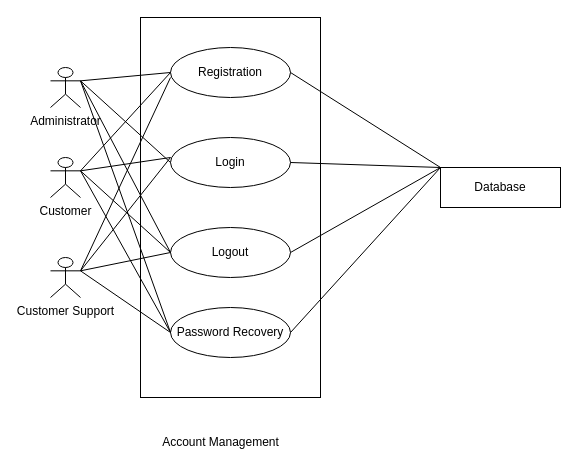
Before: Software-Requirement-Specification/Use-Case-Diagrams/Level-1.1.drawio in fiercePanda007/SPL2-EcommerceWebApp, a draw.io diagram. Source tidied: cells renumbered, new cells numbered last; positions are measured from the earlier drawing's top-left corner, leaving out a move shared by most shapes. Both pictures are drawn from the tidied source at 100%, with x=0, y=0 at pixel (50, 17).
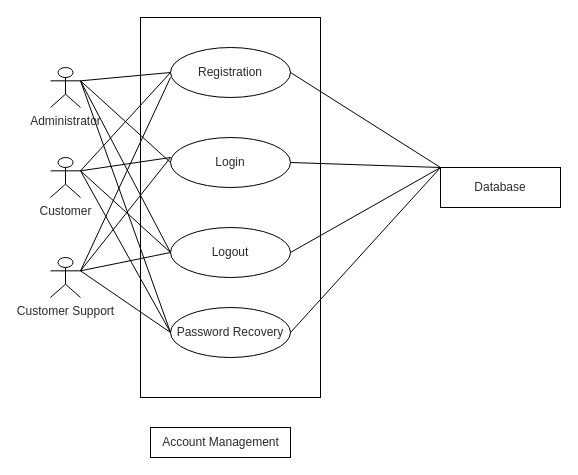
The same page after the edit.

Diff of the diagram source:
```diff
@@
-<mxGraphModel>
+<mxGraphModel background="#ffffff">
@@
-    <mxCell id="2" style="rounded=0;whiteSpace=wrap;html=1;" parent="1" vertex="1">
+    <mxCell id="2" style="rounded=0;whiteSpace=wrap;html=1;fillColor=none;strokeColor=#000000;fontColor=#2c2a2a;" parent="1" vertex="1">
       <mxGeometry x="90" width="180" height="380" as="geometry" />
     </mxCell>
-    <mxCell id="3" value="Registration" style="ellipse;whiteSpace=wrap;html=1;" parent="1" vertex="1">
+    <mxCell id="3" value="Registration" style="ellipse;whiteSpace=wrap;html=1;fillColor=none;strokeColor=#000000;fontColor=#2c2a2a;" parent="1" vertex="1">
       <mxGeometry x="120" y="30" width="120" height="50" as="geometry" />
     </mxCell>
-    <mxCell id="4" value="Login" style="ellipse;whiteSpace=wrap;html=1;" parent="1" vertex="1">
+    <mxCell id="4" value="Login" style="ellipse;whiteSpace=wrap;html=1;fillColor=none;strokeColor=#000000;fontColor=#2c2a2a;" parent="1" vertex="1">
       <mxGeometry x="120" y="120" width="120" height="50" as="geometry" />
     </mxCell>
-    <mxCell id="5" value="Logout" style="ellipse;whiteSpace=wrap;html=1;" parent="1" vertex="1">
+    <mxCell id="5" value="Logout" style="ellipse;whiteSpace=wrap;html=1;fillColor=none;strokeColor=#000000;fontColor=#2c2a2a;" parent="1" vertex="1">
       <mxGeometry x="120" y="210" width="120" height="50" as="geometry" />
     </mxCell>
-    <mxCell id="6" value="Password Recovery" style="ellipse;whiteSpace=wrap;html=1;" parent="1" vertex="1">
+    <mxCell id="6" value="Password Recovery" style="ellipse;whiteSpace=wrap;html=1;fillColor=none;strokeColor=#000000;fontColor=#2c2a2a;" parent="1" vertex="1">
       <mxGeometry x="120" y="290" width="120" height="50" as="geometry" />
     </mxCell>
-    <mxCell id="7" style="edgeStyle=none;html=1;exitX=1;exitY=0.3333333333333333;exitDx=0;exitDy=0;exitPerimeter=0;entryX=0;entryY=0.5;entryDx=0;entryDy=0;endArrow=none;endFill=0;" parent="1" edge="1" source="11" target="3">
+    <mxCell id="7" style="edgeStyle=none;html=1;exitX=1;exitY=0.3333333333333333;exitDx=0;exitDy=0;exitPerimeter=0;entryX=0;entryY=0.5;entryDx=0;entryDy=0;endArrow=none;endFill=0;fillColor=none;strokeColor=#000000;fontColor=#2c2a2a;" parent="1" edge="1" source="11" target="3">
       <mxGeometry relative="1" as="geometry" />
     </mxCell>
-    <mxCell id="8" style="edgeStyle=none;html=1;exitX=1;exitY=0.3333333333333333;exitDx=0;exitDy=0;exitPerimeter=0;entryX=0;entryY=0.5;entryDx=0;entryDy=0;endArrow=none;endFill=0;" parent="1" edge="1" source="11" target="4">
+    <mxCell id="8" style="edgeStyle=none;html=1;exitX=1;exitY=0.3333333333333333;exitDx=0;exitDy=0;exitPerimeter=0;entryX=0;entryY=0.5;entryDx=0;entryDy=0;endArrow=none;endFill=0;fillColor=none;strokeColor=#000000;fontColor=#2c2a2a;" parent="1" edge="1" source="11" target="4">
       <mxGeometry relative="1" as="geometry" />
     </mxCell>
-    <mxCell id="9" style="edgeStyle=none;html=1;exitX=1;exitY=0.3333333333333333;exitDx=0;exitDy=0;exitPerimeter=0;entryX=0;entryY=0.5;entryDx=0;entryDy=0;endArrow=none;endFill=0;" parent="1" edge="1" source="11" target="5">
+    <mxCell id="9" style="edgeStyle=none;html=1;exitX=1;exitY=0.3333333333333333;exitDx=0;exitDy=0;exitPerimeter=0;entryX=0;entryY=0.5;entryDx=0;entryDy=0;endArrow=none;endFill=0;fillColor=none;strokeColor=#000000;fontColor=#2c2a2a;" parent="1" edge="1" source="11" target="5">
       <mxGeometry relative="1" as="geometry" />
     </mxCell>
-    <mxCell id="10" style="edgeStyle=none;html=1;exitX=1;exitY=0.3333333333333333;exitDx=0;exitDy=0;exitPerimeter=0;entryX=0;entryY=0.5;entryDx=0;entryDy=0;endArrow=none;endFill=0;" parent="1" edge="1" source="11" target="6">
+    <mxCell id="10" style="edgeStyle=none;html=1;exitX=1;exitY=0.3333333333333333;exitDx=0;exitDy=0;exitPerimeter=0;entryX=0;entryY=0.5;entryDx=0;entryDy=0;endArrow=none;endFill=0;fillColor=none;strokeColor=#000000;fontColor=#2c2a2a;" parent="1" edge="1" source="11" target="6">
       <mxGeometry relative="1" as="geometry" />
     </mxCell>
-    <mxCell id="11" value="Administrator" style="shape=umlActor;verticalLabelPosition=bottom;verticalAlign=top;html=1;outlineConnect=0;" parent="1" vertex="1">
+    <mxCell id="11" value="Administrator" style="shape=umlActor;verticalLabelPosition=bottom;verticalAlign=top;html=1;outlineConnect=0;fillColor=none;strokeColor=#000000;fontColor=#2c2a2a;" parent="1" vertex="1">
       <mxGeometry y="50" width="30" height="40" as="geometry" />
     </mxCell>
-    <mxCell id="12" style="edgeStyle=none;html=1;exitX=1;exitY=0.3333333333333333;exitDx=0;exitDy=0;exitPerimeter=0;endArrow=none;endFill=0;" parent="1" edge="1" source="16">
+    <mxCell id="12" style="edgeStyle=none;html=1;exitX=1;exitY=0.3333333333333333;exitDx=0;exitDy=0;exitPerimeter=0;endArrow=none;endFill=0;fillColor=none;strokeColor=#000000;fontColor=#2c2a2a;" parent="1" edge="1" source="16">
       <mxGeometry relative="1" as="geometry">
         <mxPoint x="120" y="60" as="targetPoint" />
       </mxGeometry>
     </mxCell>
-    <mxCell id="13" style="edgeStyle=none;html=1;exitX=1;exitY=0.3333333333333333;exitDx=0;exitDy=0;exitPerimeter=0;endArrow=none;endFill=0;" parent="1" edge="1" source="16">
+    <mxCell id="13" style="edgeStyle=none;html=1;exitX=1;exitY=0.3333333333333333;exitDx=0;exitDy=0;exitPerimeter=0;endArrow=none;endFill=0;fillColor=none;strokeColor=#000000;fontColor=#2c2a2a;" parent="1" edge="1" source="16">
       <mxGeometry relative="1" as="geometry">
         <mxPoint x="120" y="140" as="targetPoint" />
       </mxGeometry>
     </mxCell>
-    <mxCell id="14" style="edgeStyle=none;html=1;exitX=1;exitY=0.3333333333333333;exitDx=0;exitDy=0;exitPerimeter=0;entryX=0;entryY=0.5;entryDx=0;entryDy=0;endArrow=none;endFill=0;" parent="1" edge="1" source="16" target="5">
+    <mxCell id="14" style="edgeStyle=none;html=1;exitX=1;exitY=0.3333333333333333;exitDx=0;exitDy=0;exitPerimeter=0;entryX=0;entryY=0.5;entryDx=0;entryDy=0;endArrow=none;endFill=0;fillColor=none;strokeColor=#000000;fontColor=#2c2a2a;" parent="1" edge="1" source="16" target="5">
       <mxGeometry relative="1" as="geometry" />
     </mxCell>
-    <mxCell id="15" style="edgeStyle=none;html=1;exitX=1;exitY=0.3333333333333333;exitDx=0;exitDy=0;exitPerimeter=0;entryX=0;entryY=0.5;entryDx=0;entryDy=0;endArrow=none;endFill=0;" parent="1" edge="1" source="16" target="6">
+    <mxCell id="15" style="edgeStyle=none;html=1;exitX=1;exitY=0.3333333333333333;exitDx=0;exitDy=0;exitPerimeter=0;entryX=0;entryY=0.5;entryDx=0;entryDy=0;endArrow=none;endFill=0;fillColor=none;strokeColor=#000000;fontColor=#2c2a2a;" parent="1" edge="1" source="16" target="6">
       <mxGeometry relative="1" as="geometry" />
     </mxCell>
-    <mxCell id="16" value="Customer Support" style="shape=umlActor;verticalLabelPosition=bottom;verticalAlign=top;html=1;outlineConnect=0;" parent="1" vertex="1">
+    <mxCell id="16" value="Customer Support" style="shape=umlActor;verticalLabelPosition=bottom;verticalAlign=top;html=1;outlineConnect=0;fillColor=none;strokeColor=#000000;fontColor=#2c2a2a;" parent="1" vertex="1">
       <mxGeometry y="240" width="30" height="40" as="geometry" />
     </mxCell>
-    <mxCell id="17" style="edgeStyle=none;html=1;exitX=1;exitY=0.3333333333333333;exitDx=0;exitDy=0;exitPerimeter=0;entryX=0;entryY=0.5;entryDx=0;entryDy=0;endArrow=none;endFill=0;" parent="1" edge="1" source="21" target="3">
+    <mxCell id="17" style="edgeStyle=none;html=1;exitX=1;exitY=0.3333333333333333;exitDx=0;exitDy=0;exitPerimeter=0;entryX=0;entryY=0.5;entryDx=0;entryDy=0;endArrow=none;endFill=0;fillColor=none;strokeColor=#000000;fontColor=#2c2a2a;" parent="1" edge="1" source="21" target="3">
       <mxGeometry relative="1" as="geometry" />
     </mxCell>
-    <mxCell id="18" style="edgeStyle=none;html=1;exitX=1;exitY=0.3333333333333333;exitDx=0;exitDy=0;exitPerimeter=0;endArrow=none;endFill=0;" parent="1" edge="1" source="21">
+    <mxCell id="18" style="edgeStyle=none;html=1;exitX=1;exitY=0.3333333333333333;exitDx=0;exitDy=0;exitPerimeter=0;endArrow=none;endFill=0;fillColor=none;strokeColor=#000000;fontColor=#2c2a2a;" parent="1" edge="1" source="21">
       <mxGeometry relative="1" as="geometry">
         <mxPoint x="120" y="140" as="targetPoint" />
       </mxGeometry>
     </mxCell>
-    <mxCell id="19" style="edgeStyle=none;html=1;exitX=1;exitY=0.3333333333333333;exitDx=0;exitDy=0;exitPerimeter=0;entryX=0;entryY=0.5;entryDx=0;entryDy=0;endArrow=none;endFill=0;" parent="1" edge="1" source="21" target="5">
+    <mxCell id="19" style="edgeStyle=none;html=1;exitX=1;exitY=0.3333333333333333;exitDx=0;exitDy=0;exitPerimeter=0;entryX=0;entryY=0.5;entryDx=0;entryDy=0;endArrow=none;endFill=0;fillColor=none;strokeColor=#000000;fontColor=#2c2a2a;" parent="1" edge="1" source="21" target="5">
       <mxGeometry relative="1" as="geometry" />
     </mxCell>
-    <mxCell id="20" style="edgeStyle=none;html=1;exitX=1;exitY=0.3333333333333333;exitDx=0;exitDy=0;exitPerimeter=0;entryX=0;entryY=0.5;entryDx=0;entryDy=0;endArrow=none;endFill=0;" parent="1" edge="1" source="21" target="6">
+    <mxCell id="20" style="edgeStyle=none;html=1;exitX=1;exitY=0.3333333333333333;exitDx=0;exitDy=0;exitPerimeter=0;entryX=0;entryY=0.5;entryDx=0;entryDy=0;endArrow=none;endFill=0;fillColor=none;strokeColor=#000000;fontColor=#2c2a2a;" parent="1" edge="1" source="21" target="6">
       <mxGeometry relative="1" as="geometry" />
     </mxCell>
-    <mxCell id="21" value="Customer" style="shape=umlActor;verticalLabelPosition=bottom;verticalAlign=top;html=1;outlineConnect=0;" parent="1" vertex="1">
+    <mxCell id="21" value="Customer" style="shape=umlActor;verticalLabelPosition=bottom;verticalAlign=top;html=1;outlineConnect=0;fillColor=none;strokeColor=#000000;fontColor=#2c2a2a;" parent="1" vertex="1">
       <mxGeometry y="140" width="30" height="40" as="geometry" />
     </mxCell>
-    <mxCell id="22" style="edgeStyle=none;html=1;exitX=0;exitY=0;exitDx=0;exitDy=0;entryX=1;entryY=0.5;entryDx=0;entryDy=0;endArrow=none;endFill=0;" parent="1" edge="1" source="26" target="3">
+    <mxCell id="22" style="edgeStyle=none;html=1;exitX=0;exitY=0;exitDx=0;exitDy=0;entryX=1;entryY=0.5;entryDx=0;entryDy=0;endArrow=none;endFill=0;fillColor=none;strokeColor=#000000;fontColor=#2c2a2a;" parent="1" edge="1" source="26" target="3">
       <mxGeometry relative="1" as="geometry" />
     </mxCell>
-    <mxCell id="23" style="edgeStyle=none;html=1;exitX=0;exitY=0;exitDx=0;exitDy=0;entryX=1;entryY=0.5;entryDx=0;entryDy=0;endArrow=none;endFill=0;" parent="1" edge="1" source="26" target="4">
+    <mxCell id="23" style="edgeStyle=none;html=1;exitX=0;exitY=0;exitDx=0;exitDy=0;entryX=1;entryY=0.5;entryDx=0;entryDy=0;endArrow=none;endFill=0;fillColor=none;strokeColor=#000000;fontColor=#2c2a2a;" parent="1" edge="1" source="26" target="4">
       <mxGeometry relative="1" as="geometry" />
     </mxCell>
-    <mxCell id="24" style="edgeStyle=none;html=1;exitX=0;exitY=0;exitDx=0;exitDy=0;entryX=1;entryY=0.5;entryDx=0;entryDy=0;endArrow=none;endFill=0;" parent="1" edge="1" source="26" target="5">
+    <mxCell id="24" style="edgeStyle=none;html=1;exitX=0;exitY=0;exitDx=0;exitDy=0;entryX=1;entryY=0.5;entryDx=0;entryDy=0;endArrow=none;endFill=0;fillColor=none;strokeColor=#000000;fontColor=#2c2a2a;" parent="1" edge="1" source="26" target="5">
       <mxGeometry relative="1" as="geometry" />
     </mxCell>
-    <mxCell id="25" style="edgeStyle=none;html=1;exitX=0;exitY=0;exitDx=0;exitDy=0;entryX=1;entryY=0.5;entryDx=0;entryDy=0;endArrow=none;endFill=0;" parent="1" edge="1" source="26" target="6">
+    <mxCell id="25" style="edgeStyle=none;html=1;exitX=0;exitY=0;exitDx=0;exitDy=0;entryX=1;entryY=0.5;entryDx=0;entryDy=0;endArrow=none;endFill=0;fillColor=none;strokeColor=#000000;fontColor=#2c2a2a;" parent="1" edge="1" source="26" target="6">
       <mxGeometry relative="1" as="geometry" />
     </mxCell>
-    <mxCell id="26" value="Database" style="rounded=0;whiteSpace=wrap;html=1;" parent="1" vertex="1">
+    <mxCell id="26" value="Database" style="rounded=0;whiteSpace=wrap;html=1;fillColor=none;strokeColor=#000000;fontColor=#2c2a2a;" parent="1" vertex="1">
       <mxGeometry x="390" y="150" width="120" height="40" as="geometry" />
     </mxCell>
-    <mxCell id="27" value="Account Management&lt;br&gt;" style="text;html=1;align=center;verticalAlign=middle;strokeColor=none;fillColor=none;" parent="1" vertex="1">
+    <mxCell id="27" value="Account Management&lt;br&gt;" style="text;html=1;align=center;verticalAlign=middle;strokeColor=#000000;fillColor=none;fontColor=#2c2a2a;" parent="1" vertex="1">
       <mxGeometry x="100" y="410" width="140" height="30" as="geometry" />
     </mxCell>
```
